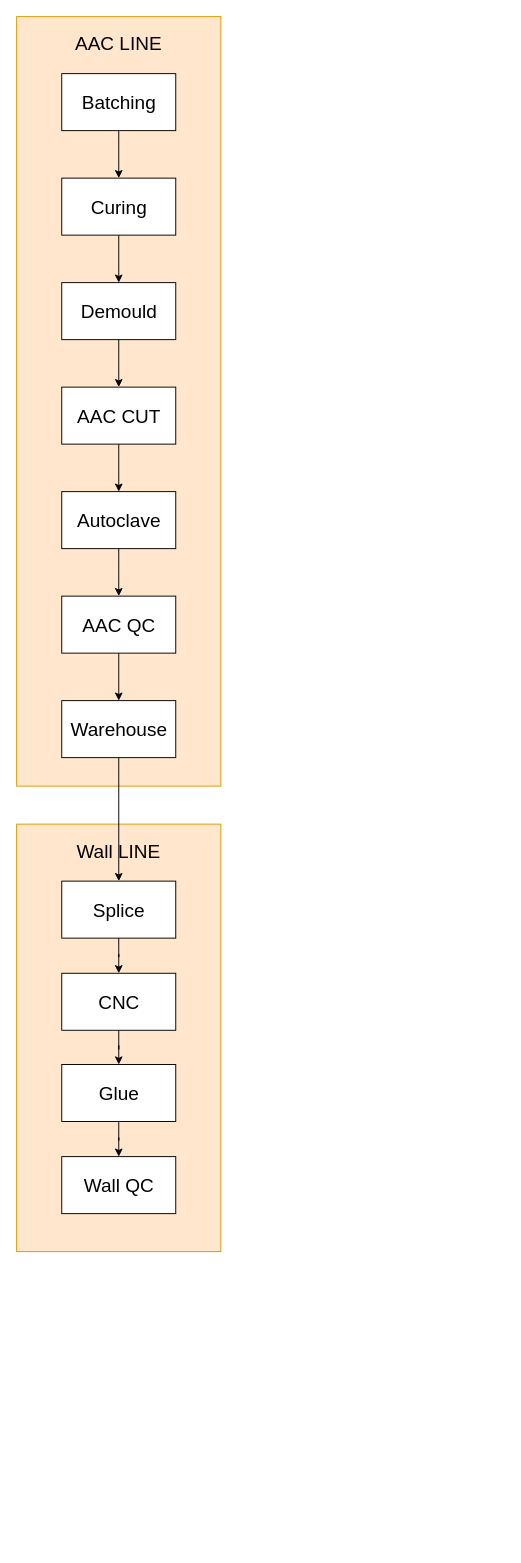
The draw.io diagram zuru-aps-procedure-dependency-graph.drawio in JeffreyYeTHU/Drawings, before the edit. Source tidied: cells renumbered, new cells numbered last; positions are measured from the earlier drawing's top-left corner, leaving out a move shared by most shapes. Both pictures are drawn from the tidied source at 95%, with x=0, y=0 at pixel (16, 16).
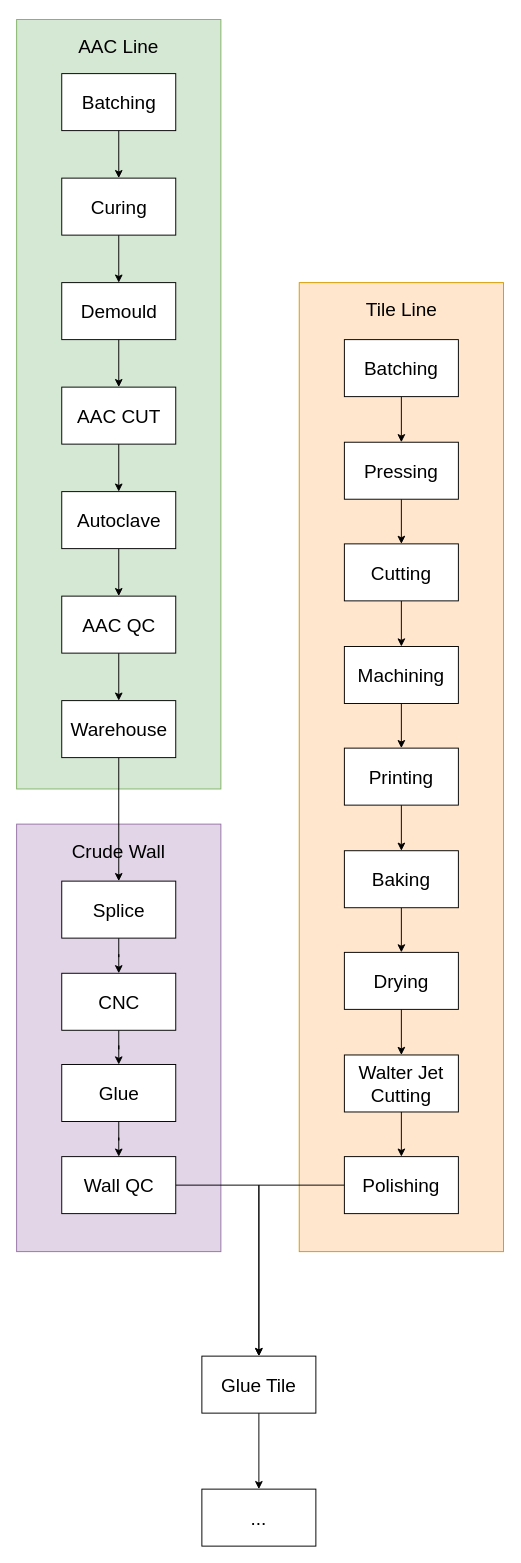
After the change.

Commit message:
Add tile line process

The change refers to these unchanged cells:
```xml
<mxCell id="24" value="Wall QC" style="whiteSpace=wrap;html=1;rounded=0;fontSize=20;" parent="1" vertex="1">
  <mxGeometry x="47.5" y="1200" width="120" height="60" as="geometry" />
</mxCell>
```

What changed in the source:
```diff
@@
+    <mxCell id="25" value="Tile Line" style="rounded=0;whiteSpace=wrap;html=1;fontSize=20;fillColor=#ffe6cc;strokeColor=#d79b00;verticalAlign=top;spacingTop=10;" parent="1" vertex="1">
+      <mxGeometry x="297.5" y="280" width="215" height="1020" as="geometry" />
+    </mxCell>
-    <mxCell id="2" value="Wall LINE" style="rounded=0;whiteSpace=wrap;html=1;fontSize=20;fillColor=#ffe6cc;strokeColor=#d79b00;verticalAlign=top;spacingTop=10;" parent="1" vertex="1">
+    <mxCell id="2" value="Crude Wall" style="rounded=0;whiteSpace=wrap;html=1;fontSize=20;fillColor=#e1d5e7;strokeColor=#9673a6;verticalAlign=top;spacingTop=10;" parent="1" vertex="1">
       <mxGeometry y="850" width="215" height="450" as="geometry" />
     </mxCell>
-    <mxCell id="3" value="AAC LINE" style="rounded=0;whiteSpace=wrap;html=1;fontSize=20;fillColor=#ffe6cc;strokeColor=#d79b00;verticalAlign=top;spacingTop=10;" parent="1" vertex="1">
-      <mxGeometry width="215" height="810" as="geometry" />
+    <mxCell id="3" value="AAC Line" style="rounded=0;whiteSpace=wrap;html=1;fontSize=20;fillColor=#d5e8d4;strokeColor=#82b366;verticalAlign=top;spacingTop=10;" parent="1" vertex="1">
+      <mxGeometry y="3" width="215" height="810" as="geometry" />
     </mxCell>
@@
+    <mxCell id="26" style="edgeStyle=orthogonalEdgeStyle;rounded=0;jettySize=auto;html=1;fontSize=20;" parent="1" edge="1" source="24" target="46">
+      <mxGeometry relative="1" as="geometry" />
+    </mxCell>
@@
+    <mxCell id="27" style="edgeStyle=orthogonalEdgeStyle;rounded=0;jettySize=auto;html=1;fontSize=20;" parent="1" edge="1" source="28" target="30">
+      <mxGeometry relative="1" as="geometry" />
+    </mxCell>
+    <mxCell id="28" value="Batching" style="rounded=0;whiteSpace=wrap;html=1;fontSize=20;" parent="1" vertex="1">
+      <mxGeometry x="345" y="340" width="120" height="60" as="geometry" />
+    </mxCell>
+    <mxCell id="29" style="edgeStyle=orthogonalEdgeStyle;rounded=0;jettySize=auto;html=1;fontSize=20;" parent="1" edge="1" source="30" target="32">
+      <mxGeometry relative="1" as="geometry" />
+    </mxCell>
+    <mxCell id="30" value="&lt;span style=&quot;font-family: &amp;#34;arial&amp;#34; ; text-align: justify&quot;&gt;&lt;font style=&quot;font-size: 20px&quot;&gt;Pressing&lt;/font&gt;&lt;/span&gt;" style="whiteSpace=wrap;html=1;rounded=0;fontSize=20;" parent="1" vertex="1">
+      <mxGeometry x="345" y="448" width="120" height="60" as="geometry" />
+    </mxCell>
+    <mxCell id="31" style="edgeStyle=orthogonalEdgeStyle;rounded=0;jettySize=auto;html=1;fontSize=20;" parent="1" edge="1" source="32" target="34">
+      <mxGeometry relative="1" as="geometry" />
+    </mxCell>
+    <mxCell id="32" value="Cutting" style="whiteSpace=wrap;html=1;rounded=0;fontSize=20;" parent="1" vertex="1">
+      <mxGeometry x="345" y="555" width="120" height="60" as="geometry" />
+    </mxCell>
+    <mxCell id="33" style="edgeStyle=orthogonalEdgeStyle;rounded=0;jettySize=auto;html=1;fontSize=20;" parent="1" edge="1" source="34" target="36">
+      <mxGeometry relative="1" as="geometry" />
+    </mxCell>
+    <mxCell id="34" value="Machining" style="whiteSpace=wrap;html=1;rounded=0;fontSize=20;" parent="1" vertex="1">
+      <mxGeometry x="345" y="663" width="120" height="60" as="geometry" />
+    </mxCell>
+    <mxCell id="35" style="edgeStyle=orthogonalEdgeStyle;rounded=0;jettySize=auto;html=1;fontSize=20;" parent="1" edge="1" source="36" target="38">
+      <mxGeometry relative="1" as="geometry" />
+    </mxCell>
+    <mxCell id="36" value="Printing" style="whiteSpace=wrap;html=1;rounded=0;fontSize=20;" parent="1" vertex="1">
+      <mxGeometry x="345" y="770" width="120" height="60" as="geometry" />
+    </mxCell>
+    <mxCell id="37" style="edgeStyle=orthogonalEdgeStyle;rounded=0;jettySize=auto;html=1;fontSize=20;" parent="1" edge="1" source="38" target="40">
+      <mxGeometry relative="1" as="geometry" />
+    </mxCell>
+    <mxCell id="38" value="Baking" style="whiteSpace=wrap;html=1;rounded=0;fontSize=20;" parent="1" vertex="1">
+      <mxGeometry x="345" y="878" width="120" height="60" as="geometry" />
+    </mxCell>
+    <mxCell id="39" style="edgeStyle=orthogonalEdgeStyle;rounded=0;jettySize=auto;html=1;fontSize=20;" parent="1" edge="1" source="40" target="42">
+      <mxGeometry relative="1" as="geometry" />
+    </mxCell>
+    <mxCell id="40" value="Drying" style="whiteSpace=wrap;html=1;rounded=0;fontSize=20;" parent="1" vertex="1">
+      <mxGeometry x="345" y="985" width="120" height="60" as="geometry" />
+    </mxCell>
+    <mxCell id="41" style="edgeStyle=orthogonalEdgeStyle;rounded=0;jettySize=auto;html=1;fontSize=20;" parent="1" edge="1" source="42" target="44">
+      <mxGeometry relative="1" as="geometry" />
+    </mxCell>
+    <mxCell id="42" value="Walter Jet Cutting" style="whiteSpace=wrap;html=1;rounded=0;fontSize=20;" parent="1" vertex="1">
+      <mxGeometry x="345" y="1093" width="120" height="60" as="geometry" />
+    </mxCell>
+    <mxCell id="43" style="edgeStyle=orthogonalEdgeStyle;rounded=0;jettySize=auto;html=1;exitX=0;exitY=0.5;exitDx=0;exitDy=0;entryX=0.5;entryY=0;entryDx=0;entryDy=0;fontSize=20;" parent="1" edge="1" source="44" target="46">
+      <mxGeometry relative="1" as="geometry" />
+    </mxCell>
+    <mxCell id="44" value="Polishing" style="whiteSpace=wrap;html=1;rounded=0;fontSize=20;" parent="1" vertex="1">
+      <mxGeometry x="345" y="1200" width="120" height="60" as="geometry" />
+    </mxCell>
+    <mxCell id="45" style="edgeStyle=orthogonalEdgeStyle;rounded=0;jettySize=auto;html=1;fontSize=20;" parent="1" edge="1" source="46" target="47">
+      <mxGeometry relative="1" as="geometry" />
+    </mxCell>
+    <mxCell id="46" value="Glue Tile" style="whiteSpace=wrap;html=1;rounded=0;fontSize=20;" parent="1" vertex="1">
+      <mxGeometry x="195" y="1410" width="120" height="60" as="geometry" />
+    </mxCell>
+    <mxCell id="47" value="..." style="whiteSpace=wrap;html=1;rounded=0;fontSize=20;" parent="1" vertex="1">
+      <mxGeometry x="195" y="1550" width="120" height="60" as="geometry" />
+    </mxCell>
```
